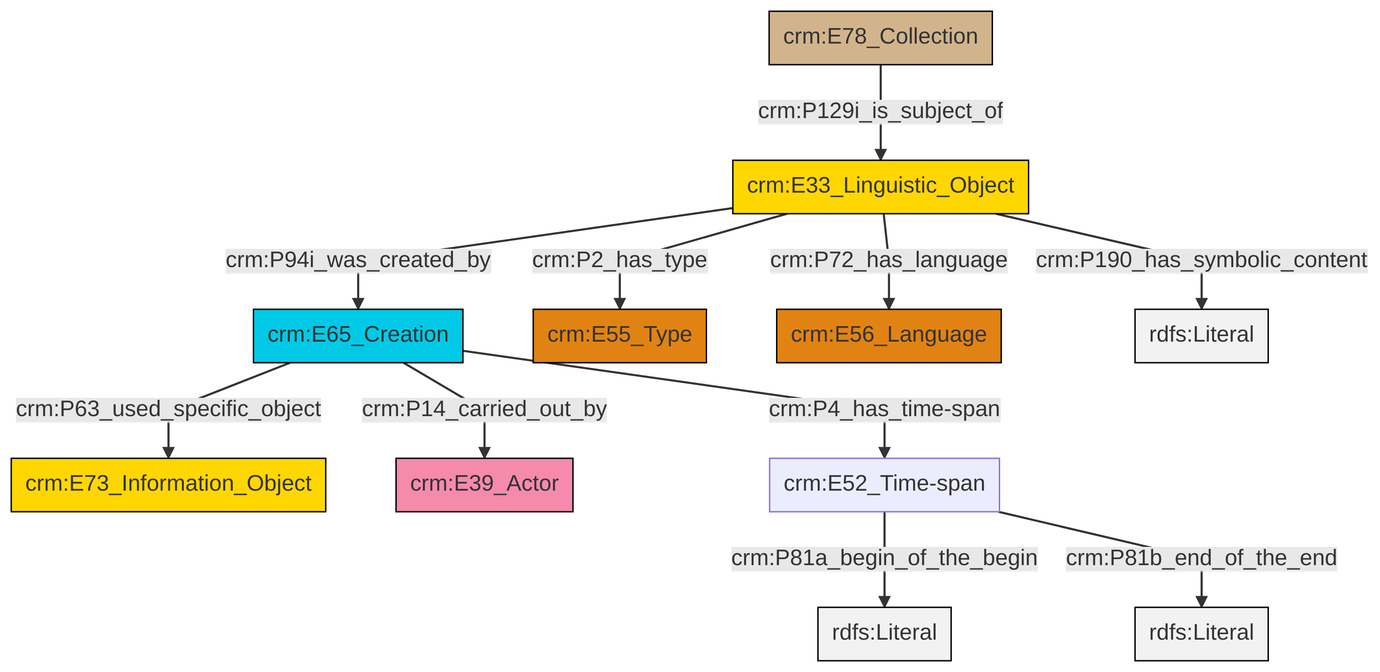
This is et/archivalCSV/ttl/mmd/png/archival_desc.png from swiss-art-research-net/docs.swissartresearch, a Mermaid export, as it was before one commit. Its source is kept beside it as et/archivalCSV/ttl/mmd/archival_desc.ttl.mmd.
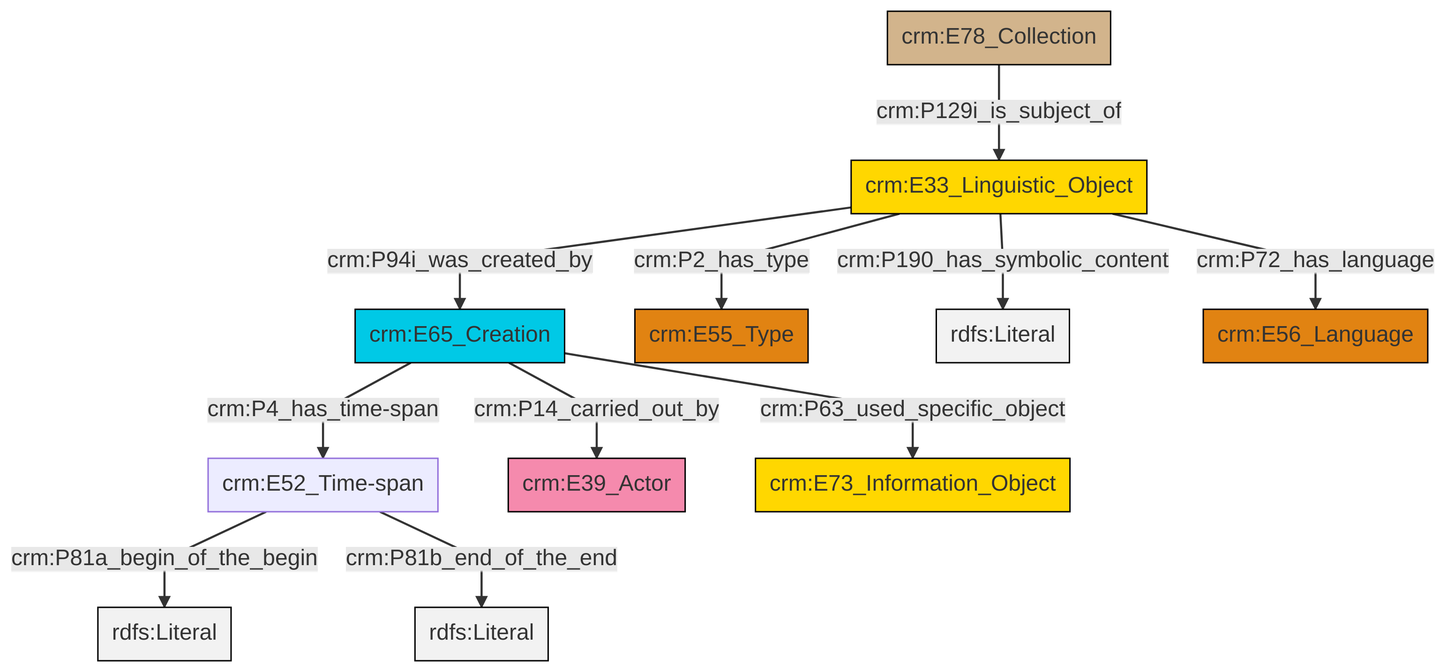
After the commit.

Change to the diagram source:
```diff
@@ -13,13 +13,13 @@
 classDef PC_Classes fill:#4ce600, stroke:#000000;
 classDef Multi fill:#cccccc,stroke:#000000;
 
-0["crm:E33_Linguistic_Object"]:::Conceptual_Object -->|crm:P94i_was_created_by| 1["crm:E65_Creation"]:::Temporal_Entity
-1["crm:E65_Creation"]:::Temporal_Entity -->|crm:P14_carried_out_by| 6["crm:E39_Actor"]:::Actor
-0["crm:E33_Linguistic_Object"]:::Conceptual_Object -->|crm:P2_has_type| 4["crm:E55_Type"]:::Type
-1["crm:E65_Creation"]:::Temporal_Entity -->|crm:P63_used_specific_object| 2["crm:E73_Information_Object"]:::Conceptual_Object
-0["crm:E33_Linguistic_Object"]:::Conceptual_Object -->|crm:P72_has_language| 7["crm:E56_Language"]:::Type
-9["crm:E52_Time-span"]:::Default -->|crm:P81a_begin_of_the_begin| 10[rdfs:Literal]:::Literal
-1["crm:E65_Creation"]:::Temporal_Entity -->|crm:P4_has_time-span| 9["crm:E52_Time-span"]:::Default
-11["crm:E78_Collection"]:::Physical_Thing -->|crm:P129i_is_subject_of| 0["crm:E33_Linguistic_Object"]:::Conceptual_Object
-0["crm:E33_Linguistic_Object"]:::Conceptual_Object -->|crm:P190_has_symbolic_content| 15[rdfs:Literal]:::Literal
-9["crm:E52_Time-span"]:::Default -->|crm:P81b_end_of_the_end| 17[rdfs:Literal]:::Literal
+0["crm:E65_Creation"]:::Temporal_Entity -->|crm:P4_has_time-span| 1["crm:E52_Time-span"]:::Default
+2["crm:E33_Linguistic_Object"]:::Conceptual_Object -->|crm:P2_has_type| 3["crm:E55_Type"]:::Type
+2["crm:E33_Linguistic_Object"]:::Conceptual_Object -->|crm:P94i_was_created_by| 0["crm:E65_Creation"]:::Temporal_Entity
+1["crm:E52_Time-span"]:::Default -->|crm:P81a_begin_of_the_begin| 4[rdfs:Literal]:::Literal
+0["crm:E65_Creation"]:::Temporal_Entity -->|crm:P14_carried_out_by| 6["crm:E39_Actor"]:::Actor
+0["crm:E65_Creation"]:::Temporal_Entity -->|crm:P63_used_specific_object| 8["crm:E73_Information_Object"]:::Conceptual_Object
+2["crm:E33_Linguistic_Object"]:::Conceptual_Object -->|crm:P190_has_symbolic_content| 11[rdfs:Literal]:::Literal
+1["crm:E52_Time-span"]:::Default -->|crm:P81b_end_of_the_end| 13[rdfs:Literal]:::Literal
+15["crm:E78_Collection"]:::Physical_Thing -->|crm:P129i_is_subject_of| 2["crm:E33_Linguistic_Object"]:::Conceptual_Object
+2["crm:E33_Linguistic_Object"]:::Conceptual_Object -->|crm:P72_has_language| 16["crm:E56_Language"]:::Type
```
